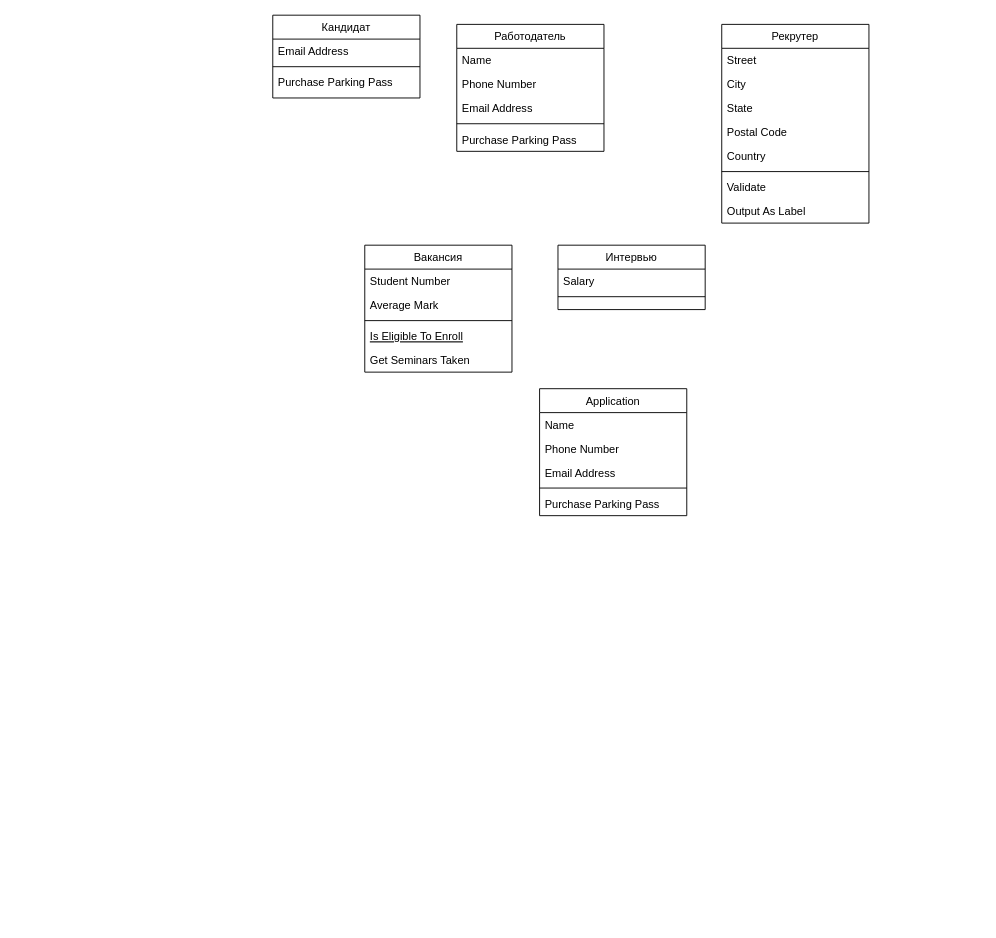
Earlier version of the draw.io diagram Классов_.drawio (Regdal-cyber/Coursework). Source tidied: cells renumbered, new cells numbered last; positions are measured from the earlier drawing's top-left corner, leaving out a move shared by most shapes. Both pictures are drawn from the tidied source at 92%, with x=0, y=0 at pixel (272, 15).
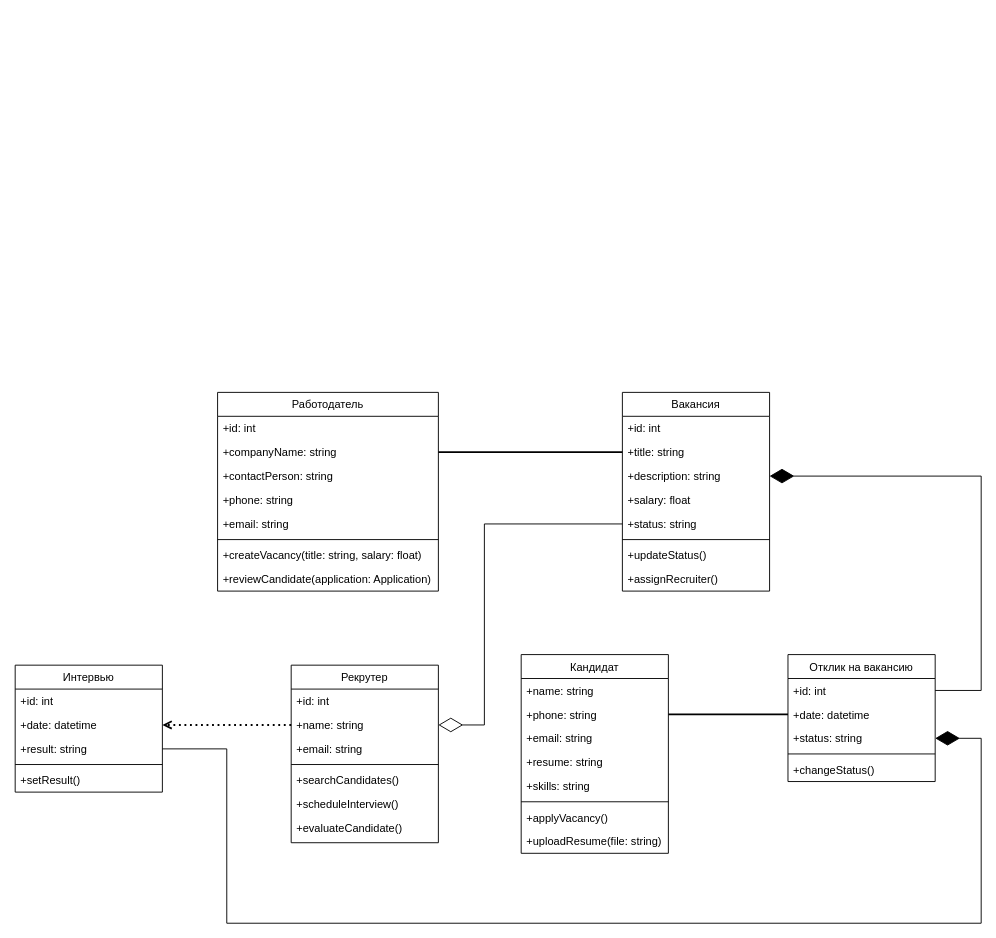
The same diagram, later.

The edit, as a diff of the source:
```diff
@@
+    <mxCell id="36" style="edgeStyle=orthogonalEdgeStyle;rounded=0;jettySize=auto;html=1;entryX=0;entryY=0.5;entryDx=0;entryDy=0;strokeWidth=2;exitX=1;exitY=0.5;exitDx=0;exitDy=0;endArrow=none;endFill=0;" parent="1" edge="1" source="4" target="10">
+      <mxGeometry relative="1" as="geometry" />
+    </mxCell>
     <mxCell id="2" value="Работодатель" style="swimlane;fontStyle=0;align=center;verticalAlign=top;horizontal=1;startSize=26;rounded=0;shadow=0;strokeWidth=1;" parent="1" vertex="1">
-      <mxGeometry x="200" y="10" width="160" height="138" as="geometry" />
+      <mxGeometry x="-60" y="410" width="240" height="216" as="geometry" />
     </mxCell>
-    <mxCell id="3" value="Name" style="text;align=left;verticalAlign=top;spacingLeft=4;spacingRight=4;overflow=hidden;" parent="2" vertex="1">
-      <mxGeometry y="26" width="160" height="26" as="geometry" />
+    <mxCell id="3" value="+id: int " style="text;align=left;verticalAlign=top;spacingLeft=4;spacingRight=4;overflow=hidden;" parent="2" vertex="1">
+      <mxGeometry y="26" width="240" height="26" as="geometry" />
     </mxCell>
-    <mxCell id="4" value="Phone Number" style="text;align=left;verticalAlign=top;spacingLeft=4;spacingRight=4;overflow=hidden;points=[[0,0.5],[1,0.5]];portConstraint=eastwest;rounded=0;shadow=0;html=0;" parent="2" vertex="1">
-      <mxGeometry y="52" width="160" height="26" as="geometry" />
+    <mxCell id="4" value="+companyName: string" style="text;align=left;verticalAlign=top;spacingLeft=4;spacingRight=4;overflow=hidden;points=[[0,0.5],[1,0.5]];portConstraint=eastwest;rounded=0;shadow=0;html=0;" parent="2" vertex="1">
+      <mxGeometry y="52" width="240" height="26" as="geometry" />
     </mxCell>
-    <mxCell id="5" value="Email Address" style="text;align=left;verticalAlign=top;spacingLeft=4;spacingRight=4;overflow=hidden;rounded=0;shadow=0;html=0;" parent="2" vertex="1">
-      <mxGeometry y="78" width="160" height="26" as="geometry" />
+    <mxCell id="5" value="+contactPerson: string" style="text;align=left;verticalAlign=top;spacingLeft=4;spacingRight=4;overflow=hidden;rounded=0;shadow=0;html=0;" parent="2" vertex="1">
+      <mxGeometry y="78" width="240" height="26" as="geometry" />
     </mxCell>
+    <mxCell id="37" value="+phone: string" style="text;align=left;verticalAlign=top;spacingLeft=4;spacingRight=4;overflow=hidden;rounded=0;shadow=0;html=0;" parent="2" vertex="1">
+      <mxGeometry y="104" width="240" height="26" as="geometry" />
+    </mxCell>
+    <mxCell id="38" value="+email: string" style="text;align=left;verticalAlign=top;spacingLeft=4;spacingRight=4;overflow=hidden;rounded=0;shadow=0;html=0;" parent="2" vertex="1">
+      <mxGeometry y="130" width="240" height="26" as="geometry" />
+    </mxCell>
     <mxCell id="6" style="line;html=1;strokeWidth=1;align=left;verticalAlign=middle;spacingTop=-1;spacingLeft=3;spacingRight=3;labelPosition=right;" parent="2" vertex="1">
-      <mxGeometry y="104" width="160" height="8" as="geometry" />
+      <mxGeometry y="156" width="240" height="8" as="geometry" />
     </mxCell>
-    <mxCell id="7" value="Purchase Parking Pass" style="text;align=left;verticalAlign=top;spacingLeft=4;spacingRight=4;overflow=hidden;" parent="2" vertex="1">
-      <mxGeometry y="112" width="160" height="26" as="geometry" />
+    <mxCell id="7" value="+createVacancy(title: string, salary: float)" style="text;align=left;verticalAlign=top;spacingLeft=4;spacingRight=4;overflow=hidden;" parent="2" vertex="1">
+      <mxGeometry y="164" width="240" height="26" as="geometry" />
     </mxCell>
+    <mxCell id="39" value="+reviewCandidate(application: Application)" style="text;align=left;verticalAlign=top;spacingLeft=4;spacingRight=4;overflow=hidden;" parent="2" vertex="1">
+      <mxGeometry y="190" width="240" height="26" as="geometry" />
+    </mxCell>
     <mxCell id="8" value="Вакансия" style="swimlane;fontStyle=0;align=center;verticalAlign=top;horizontal=1;startSize=26;rounded=0;shadow=0;strokeWidth=1;" parent="1" vertex="1">
-      <mxGeometry x="100" y="250" width="160" height="138" as="geometry" />
+      <mxGeometry x="380" y="410" width="160" height="216" as="geometry" />
     </mxCell>
-    <mxCell id="9" value="Student Number" style="text;align=left;verticalAlign=top;spacingLeft=4;spacingRight=4;overflow=hidden;" parent="8" vertex="1">
+    <mxCell id="9" value="+id: int " style="text;align=left;verticalAlign=top;spacingLeft=4;spacingRight=4;overflow=hidden;" parent="8" vertex="1">
       <mxGeometry y="26" width="160" height="26" as="geometry" />
     </mxCell>
-    <mxCell id="10" value="Average Mark" style="text;align=left;verticalAlign=top;spacingLeft=4;spacingRight=4;overflow=hidden;points=[[0,0.5],[1,0.5]];portConstraint=eastwest;rounded=0;shadow=0;html=0;" parent="8" vertex="1">
+    <mxCell id="10" value="+title: string " style="text;align=left;verticalAlign=top;spacingLeft=4;spacingRight=4;overflow=hidden;points=[[0,0.5],[1,0.5]];portConstraint=eastwest;rounded=0;shadow=0;html=0;" parent="8" vertex="1">
       <mxGeometry y="52" width="160" height="26" as="geometry" />
     </mxCell>
+    <mxCell id="40" value="+description: string" style="text;align=left;verticalAlign=top;spacingLeft=4;spacingRight=4;overflow=hidden;points=[[0,0.5],[1,0.5]];portConstraint=eastwest;rounded=0;shadow=0;html=0;" parent="8" vertex="1">
+      <mxGeometry y="78" width="160" height="26" as="geometry" />
+    </mxCell>
+    <mxCell id="41" value="+salary: float" style="text;align=left;verticalAlign=top;spacingLeft=4;spacingRight=4;overflow=hidden;rounded=0;shadow=0;html=0;" parent="8" vertex="1">
+      <mxGeometry y="104" width="160" height="26" as="geometry" />
+    </mxCell>
+    <mxCell id="42" value="+status: string" style="text;align=left;verticalAlign=top;spacingLeft=4;spacingRight=4;overflow=hidden;points=[[0,0.5],[1,0.5]];portConstraint=eastwest;rounded=0;shadow=0;html=0;" parent="8" vertex="1">
+      <mxGeometry y="130" width="160" height="26" as="geometry" />
+    </mxCell>
     <mxCell id="11" style="line;html=1;strokeWidth=1;align=left;verticalAlign=middle;spacingTop=-1;spacingLeft=3;spacingRight=3;labelPosition=right;" parent="8" vertex="1">
-      <mxGeometry y="78" width="160" height="8" as="geometry" />
+      <mxGeometry y="156" width="160" height="8" as="geometry" />
     </mxCell>
-    <mxCell id="12" value="Is Eligible To Enroll" style="text;align=left;verticalAlign=top;spacingLeft=4;spacingRight=4;overflow=hidden;fontStyle=4;" parent="8" vertex="1">
-      <mxGeometry y="86" width="160" height="26" as="geometry" />
+    <mxCell id="12" value="+updateStatus()&#10;" style="text;align=left;verticalAlign=top;spacingLeft=4;spacingRight=4;overflow=hidden;fontStyle=0;" parent="8" vertex="1">
+      <mxGeometry y="164" width="160" height="26" as="geometry" />
     </mxCell>
-    <mxCell id="13" value="Get Seminars Taken" style="text;align=left;verticalAlign=top;spacingLeft=4;spacingRight=4;overflow=hidden;" parent="8" vertex="1">
-      <mxGeometry y="112" width="160" height="26" as="geometry" />
+    <mxCell id="13" value="+assignRecruiter()" style="text;align=left;verticalAlign=top;spacingLeft=4;spacingRight=4;overflow=hidden;" parent="8" vertex="1">
+      <mxGeometry y="190" width="160" height="26" as="geometry" />
     </mxCell>
-    <mxCell id="14" value="Интервью" style="swimlane;fontStyle=0;align=center;verticalAlign=top;horizontal=1;startSize=26;rounded=0;shadow=0;strokeWidth=1;" parent="1" vertex="1">
-      <mxGeometry x="310" y="250" width="160" height="70" as="geometry" />
-    </mxCell>
-    <mxCell id="15" value="Salary" style="text;align=left;verticalAlign=top;spacingLeft=4;spacingRight=4;overflow=hidden;" parent="14" vertex="1">
-      <mxGeometry y="26" width="160" height="26" as="geometry" />
-    </mxCell>
-    <mxCell id="16" style="line;html=1;strokeWidth=1;align=left;verticalAlign=middle;spacingTop=-1;spacingLeft=3;spacingRight=3;labelPosition=right;" parent="14" vertex="1">
-      <mxGeometry y="52" width="160" height="8" as="geometry" />
-    </mxCell>
     <mxCell id="17" value="Рекрутер" style="swimlane;fontStyle=0;align=center;verticalAlign=top;horizontal=1;startSize=26;rounded=0;shadow=0;strokeWidth=1;" parent="1" vertex="1">
-      <mxGeometry x="488" y="10" width="160" height="216" as="geometry" />
+      <mxGeometry x="20" y="706.5" width="160" height="193" as="geometry" />
     </mxCell>
-    <mxCell id="18" value="Street" style="text;align=left;verticalAlign=top;spacingLeft=4;spacingRight=4;overflow=hidden;" parent="17" vertex="1">
+    <mxCell id="18" value="+id: int " style="text;align=left;verticalAlign=top;spacingLeft=4;spacingRight=4;overflow=hidden;" parent="17" vertex="1">
       <mxGeometry y="26" width="160" height="26" as="geometry" />
     </mxCell>
-    <mxCell id="19" value="City" style="text;align=left;verticalAlign=top;spacingLeft=4;spacingRight=4;overflow=hidden;points=[[0,0.5],[1,0.5]];portConstraint=eastwest;rounded=0;shadow=0;html=0;" parent="17" vertex="1">
+    <mxCell id="19" value="+name: string" style="text;align=left;verticalAlign=top;spacingLeft=4;spacingRight=4;overflow=hidden;points=[[0,0.5],[1,0.5]];portConstraint=eastwest;rounded=0;shadow=0;html=0;" parent="17" vertex="1">
       <mxGeometry y="52" width="160" height="26" as="geometry" />
     </mxCell>
-    <mxCell id="20" value="State" style="text;align=left;verticalAlign=top;spacingLeft=4;spacingRight=4;overflow=hidden;rounded=0;shadow=0;html=0;" parent="17" vertex="1">
+    <mxCell id="20" value="+email: string" style="text;align=left;verticalAlign=top;spacingLeft=4;spacingRight=4;overflow=hidden;rounded=0;shadow=0;html=0;" parent="17" vertex="1">
       <mxGeometry y="78" width="160" height="26" as="geometry" />
     </mxCell>
-    <mxCell id="21" value="Postal Code" style="text;align=left;verticalAlign=top;spacingLeft=4;spacingRight=4;overflow=hidden;rounded=0;shadow=0;html=0;" parent="17" vertex="1">
-      <mxGeometry y="104" width="160" height="26" as="geometry" />
-    </mxCell>
-    <mxCell id="22" value="Country" style="text;align=left;verticalAlign=top;spacingLeft=4;spacingRight=4;overflow=hidden;rounded=0;shadow=0;html=0;" parent="17" vertex="1">
-      <mxGeometry y="130" width="160" height="26" as="geometry" />
-    </mxCell>
     <mxCell id="23" style="line;html=1;strokeWidth=1;align=left;verticalAlign=middle;spacingTop=-1;spacingLeft=3;spacingRight=3;labelPosition=right;" parent="17" vertex="1">
-      <mxGeometry y="156" width="160" height="8" as="geometry" />
+      <mxGeometry y="104" width="160" height="8" as="geometry" />
     </mxCell>
-    <mxCell id="24" value="Validate" style="text;align=left;verticalAlign=top;spacingLeft=4;spacingRight=4;overflow=hidden;" parent="17" vertex="1">
-      <mxGeometry y="164" width="160" height="26" as="geometry" />
+    <mxCell id="24" value="+searchCandidates()" style="text;align=left;verticalAlign=top;spacingLeft=4;spacingRight=4;overflow=hidden;" parent="17" vertex="1">
+      <mxGeometry y="112" width="160" height="26" as="geometry" />
     </mxCell>
-    <mxCell id="25" value="Output As Label" style="text;align=left;verticalAlign=top;spacingLeft=4;spacingRight=4;overflow=hidden;" parent="17" vertex="1">
-      <mxGeometry y="190" width="160" height="26" as="geometry" />
+    <mxCell id="25" value="+scheduleInterview()" style="text;align=left;verticalAlign=top;spacingLeft=4;spacingRight=4;overflow=hidden;" parent="17" vertex="1">
+      <mxGeometry y="138" width="160" height="26" as="geometry" />
     </mxCell>
+    <mxCell id="43" value="+evaluateCandidate()" style="text;align=left;verticalAlign=top;spacingLeft=4;spacingRight=4;overflow=hidden;" parent="17" vertex="1">
+      <mxGeometry y="164" width="160" height="26" as="geometry" />
+    </mxCell>
+    <mxCell id="44" style="edgeStyle=orthogonalEdgeStyle;rounded=0;jettySize=auto;html=1;entryX=0;entryY=0.5;entryDx=0;entryDy=0;strokeWidth=2;exitX=1;exitY=0.5;exitDx=0;exitDy=0;endArrow=none;endFill=0;" parent="1" edge="1" source="45" target="32">
+      <mxGeometry relative="1" as="geometry" />
+    </mxCell>
     <mxCell id="26" value="Кандидат" style="swimlane;fontStyle=0;align=center;verticalAlign=top;horizontal=1;startSize=26;rounded=0;shadow=0;strokeWidth=1;" parent="1" vertex="1">
-      <mxGeometry width="160" height="90" as="geometry" />
+      <mxGeometry x="270" y="695" width="160" height="216" as="geometry" />
     </mxCell>
-    <mxCell id="27" value="Email Address" style="text;align=left;verticalAlign=top;spacingLeft=4;spacingRight=4;overflow=hidden;rounded=0;shadow=0;html=0;" parent="26" vertex="1">
+    <mxCell id="27" value="+name: string " style="text;align=left;verticalAlign=top;spacingLeft=4;spacingRight=4;overflow=hidden;rounded=0;shadow=0;html=0;" parent="26" vertex="1">
       <mxGeometry y="26" width="160" height="26" as="geometry" />
     </mxCell>
+    <mxCell id="45" value="+phone: string" style="text;align=left;verticalAlign=top;spacingLeft=4;spacingRight=4;overflow=hidden;points=[[0,0.5],[1,0.5]];portConstraint=eastwest;rounded=0;shadow=0;html=0;" parent="26" vertex="1">
+      <mxGeometry y="52" width="160" height="26" as="geometry" />
+    </mxCell>
+    <mxCell id="46" value="+email: string" style="text;align=left;verticalAlign=top;spacingLeft=4;spacingRight=4;overflow=hidden;rounded=0;shadow=0;html=0;" parent="26" vertex="1">
+      <mxGeometry y="78" width="160" height="26" as="geometry" />
+    </mxCell>
+    <mxCell id="47" value="+resume: string" style="text;align=left;verticalAlign=top;spacingLeft=4;spacingRight=4;overflow=hidden;rounded=0;shadow=0;html=0;" parent="26" vertex="1">
+      <mxGeometry y="104" width="160" height="26" as="geometry" />
+    </mxCell>
+    <mxCell id="48" value="+skills: string" style="text;align=left;verticalAlign=top;spacingLeft=4;spacingRight=4;overflow=hidden;rounded=0;shadow=0;html=0;" parent="26" vertex="1">
+      <mxGeometry y="130" width="160" height="26" as="geometry" />
+    </mxCell>
     <mxCell id="28" style="line;html=1;strokeWidth=1;align=left;verticalAlign=middle;spacingTop=-1;spacingLeft=3;spacingRight=3;labelPosition=right;" parent="26" vertex="1">
-      <mxGeometry y="52" width="160" height="8" as="geometry" />
+      <mxGeometry y="156" width="160" height="8" as="geometry" />
     </mxCell>
-    <mxCell id="29" value="Purchase Parking Pass" style="text;align=left;verticalAlign=top;spacingLeft=4;spacingRight=4;overflow=hidden;" parent="26" vertex="1">
-      <mxGeometry y="60" width="160" height="26" as="geometry" />
+    <mxCell id="29" value="+applyVacancy()" style="text;align=left;verticalAlign=top;spacingLeft=4;spacingRight=4;overflow=hidden;" parent="26" vertex="1">
+      <mxGeometry y="164" width="160" height="26" as="geometry" />
     </mxCell>
+    <mxCell id="49" value="+uploadResume(file: string)" style="text;align=left;verticalAlign=top;spacingLeft=4;spacingRight=4;overflow=hidden;" parent="26" vertex="1">
+      <mxGeometry y="190" width="160" height="26" as="geometry" />
+    </mxCell>
-    <mxCell id="30" value="Application" style="swimlane;fontStyle=0;align=center;verticalAlign=top;horizontal=1;startSize=26;rounded=0;shadow=0;strokeWidth=1;" parent="1" vertex="1">
-      <mxGeometry x="290" y="406" width="160" height="138" as="geometry" />
+    <mxCell id="30" value="Отклик на вакансию" style="swimlane;fontStyle=0;align=center;verticalAlign=top;horizontal=1;startSize=26;rounded=0;shadow=0;strokeWidth=1;" parent="1" vertex="1">
+      <mxGeometry x="560" y="695" width="160" height="138" as="geometry" />
     </mxCell>
-    <mxCell id="31" value="Name" style="text;align=left;verticalAlign=top;spacingLeft=4;spacingRight=4;overflow=hidden;points=[[0,0.5],[1,0.5]];portConstraint=eastwest;" parent="30" vertex="1">
+    <mxCell id="31" value="+id: int " style="text;align=left;verticalAlign=top;spacingLeft=4;spacingRight=4;overflow=hidden;points=[[0,0.5],[1,0.5]];portConstraint=eastwest;" parent="30" vertex="1">
       <mxGeometry y="26" width="160" height="26" as="geometry" />
     </mxCell>
-    <mxCell id="32" value="Phone Number" style="text;align=left;verticalAlign=top;spacingLeft=4;spacingRight=4;overflow=hidden;points=[[0,0.5],[1,0.5]];portConstraint=eastwest;rounded=0;shadow=0;html=0;" parent="30" vertex="1">
+    <mxCell id="32" value="+date: datetime" style="text;align=left;verticalAlign=top;spacingLeft=4;spacingRight=4;overflow=hidden;points=[[0,0.5],[1,0.5]];portConstraint=eastwest;rounded=0;shadow=0;html=0;" parent="30" vertex="1">
       <mxGeometry y="52" width="160" height="26" as="geometry" />
     </mxCell>
-    <mxCell id="33" value="Email Address" style="text;align=left;verticalAlign=top;spacingLeft=4;spacingRight=4;overflow=hidden;points=[[0,0.5],[1,0.5]];portConstraint=eastwest;rounded=0;shadow=0;html=0;" parent="30" vertex="1">
+    <mxCell id="33" value="+status: string" style="text;align=left;verticalAlign=top;spacingLeft=4;spacingRight=4;overflow=hidden;points=[[0,0.5],[1,0.5]];portConstraint=eastwest;rounded=0;shadow=0;html=0;" parent="30" vertex="1">
       <mxGeometry y="78" width="160" height="26" as="geometry" />
     </mxCell>
@@
-    <mxCell id="35" value="Purchase Parking Pass" style="text;align=left;verticalAlign=top;spacingLeft=4;spacingRight=4;overflow=hidden;" parent="30" vertex="1">
+    <mxCell id="35" value="+changeStatus()" style="text;align=left;verticalAlign=top;spacingLeft=4;spacingRight=4;overflow=hidden;" parent="30" vertex="1">
       <mxGeometry y="112" width="160" height="26" as="geometry" />
     </mxCell>
+    <mxCell id="14" value="Интервью" style="swimlane;fontStyle=0;align=center;verticalAlign=top;horizontal=1;startSize=26;rounded=0;shadow=0;strokeWidth=1;" parent="1" vertex="1">
+      <mxGeometry x="-280" y="706.5" width="160" height="138" as="geometry" />
+    </mxCell>
+    <mxCell id="50" value="+id: int " style="text;align=left;verticalAlign=top;spacingLeft=4;spacingRight=4;overflow=hidden;" parent="14" vertex="1">
+      <mxGeometry y="26" width="160" height="26" as="geometry" />
+    </mxCell>
+    <mxCell id="51" value="+date: datetime " style="text;align=left;verticalAlign=top;spacingLeft=4;spacingRight=4;overflow=hidden;points=[[0,0.5],[1,0.5]];portConstraint=eastwest;rounded=0;shadow=0;html=0;" parent="14" vertex="1">
+      <mxGeometry y="52" width="160" height="26" as="geometry" />
+    </mxCell>
+    <mxCell id="52" value="+result: string" style="text;align=left;verticalAlign=top;spacingLeft=4;spacingRight=4;overflow=hidden;points=[[0,0.5],[1,0.5]];portConstraint=eastwest;rounded=0;shadow=0;html=0;" parent="14" vertex="1">
+      <mxGeometry y="78" width="160" height="26" as="geometry" />
+    </mxCell>
+    <mxCell id="53" style="line;html=1;strokeWidth=1;align=left;verticalAlign=middle;spacingTop=-1;spacingLeft=3;spacingRight=3;labelPosition=right;" parent="14" vertex="1">
+      <mxGeometry y="104" width="160" height="8" as="geometry" />
+    </mxCell>
+    <mxCell id="54" value="+setResult()" style="text;align=left;verticalAlign=top;spacingLeft=4;spacingRight=4;overflow=hidden;" parent="14" vertex="1">
+      <mxGeometry y="112" width="160" height="26" as="geometry" />
+    </mxCell>
+    <mxCell id="55" style="endArrow=diamondThin;endFill=0;endSize=24;html=1;rounded=0;exitX=0;exitY=0.5;exitDx=0;exitDy=0;edgeStyle=orthogonalEdgeStyle;entryX=1;entryY=0.5;entryDx=0;entryDy=0;" parent="1" edge="1" source="42" target="19">
+      <mxGeometry relative="1" as="geometry">
+        <Array as="points">
+          <mxPoint x="230" y="553" />
+          <mxPoint x="230" y="772" />
+        </Array>
+      </mxGeometry>
+    </mxCell>
+    <mxCell id="56" style="endArrow=diamondThin;endFill=1;endSize=24;html=1;rounded=0;exitX=1;exitY=0.5;exitDx=0;exitDy=0;edgeStyle=orthogonalEdgeStyle;entryX=1;entryY=0.5;entryDx=0;entryDy=0;" parent="1" edge="1" source="31" target="40">
+      <mxGeometry relative="1" as="geometry">
+        <Array as="points">
+          <mxPoint x="770" y="734" />
+          <mxPoint x="770" y="501" />
+        </Array>
+      </mxGeometry>
+    </mxCell>
+    <mxCell id="57" style="edgeStyle=orthogonalEdgeStyle;rounded=0;jettySize=auto;html=1;entryX=1;entryY=0.5;entryDx=0;entryDy=0;dashed=1;dashPattern=1 2;strokeWidth=2;endArrow=open;endFill=0;exitX=0;exitY=0.5;exitDx=0;exitDy=0;" parent="1" edge="1" source="19" target="51">
+      <mxGeometry relative="1" as="geometry" />
+    </mxCell>
+    <mxCell id="58" style="endArrow=diamondThin;endFill=1;endSize=24;html=1;rounded=0;entryX=1;entryY=0.5;entryDx=0;entryDy=0;edgeStyle=orthogonalEdgeStyle;exitX=1;exitY=0.5;exitDx=0;exitDy=0;" parent="1" edge="1" source="52" target="33">
+      <mxGeometry relative="1" as="geometry">
+        <Array as="points">
+          <mxPoint x="-50" y="797" />
+          <mxPoint x="-50" y="987" />
+          <mxPoint x="770" y="987" />
+          <mxPoint x="770" y="786" />
+        </Array>
+      </mxGeometry>
+    </mxCell>
```
